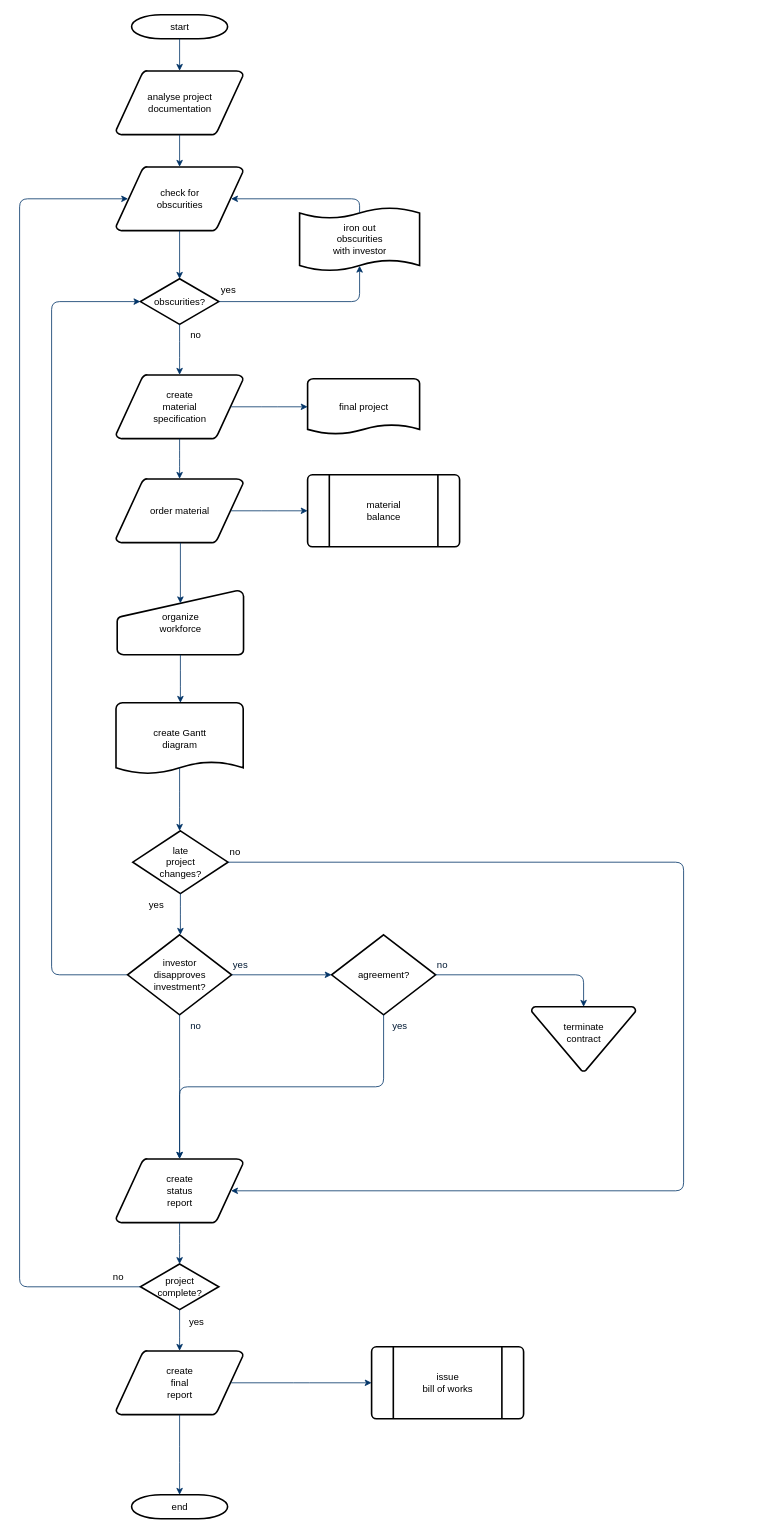
Above: 未命名绘图.drawio in neuhxy90/typora_image (draw.io), before the change. Source tidied: cells renumbered, new cells numbered last; positions are measured from the earlier drawing's top-left corner, leaving out a move shared by most shapes. Both pictures are drawn from the tidied source at 80%, with x=0, y=0 at pixel (19, 14).
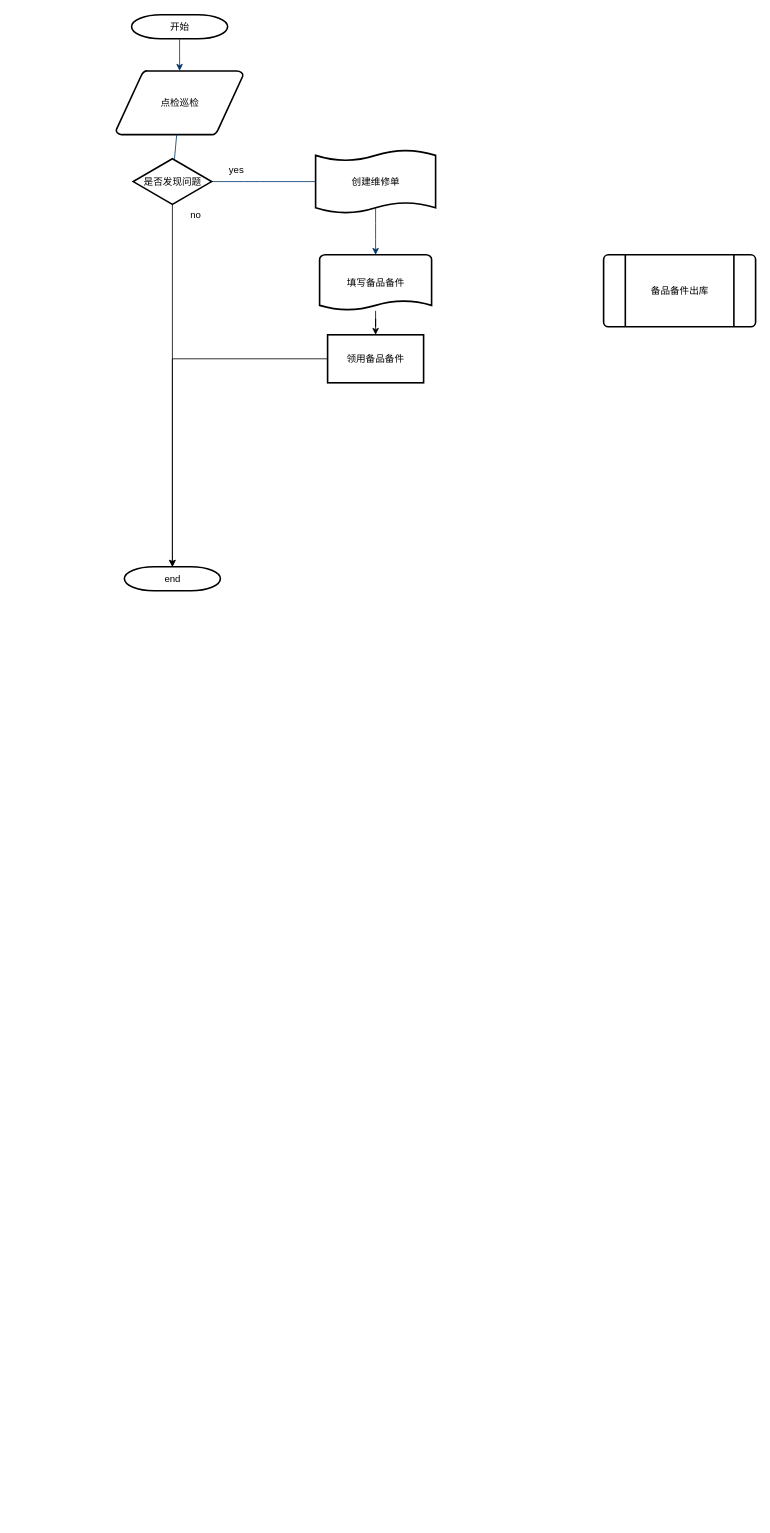
The same diagram, later.

Commit message:
更新未命名绘图.drawio

Diff of the diagram source:
```diff
@@
-    <mxCell id="2" value="start" style="shape=mxgraph.flowchart.terminator;strokeWidth=2;gradientColor=none;gradientDirection=north;fontStyle=0;html=1;" parent="1" vertex="1">
+    <mxCell id="2" value="开始" style="shape=mxgraph.flowchart.terminator;strokeWidth=2;gradientColor=none;gradientDirection=north;fontStyle=0;html=1;" parent="1" vertex="1">
       <mxGeometry x="140" width="120" height="30" as="geometry" />
     </mxCell>
-    <mxCell id="3" value="analyse project&#10; documentation" style="shape=mxgraph.flowchart.data;strokeWidth=2;gradientColor=none;gradientDirection=north;fontStyle=0;html=1;" parent="1" vertex="1">
+    <mxCell id="3" value="点检巡检" style="shape=mxgraph.flowchart.data;strokeWidth=2;gradientColor=none;gradientDirection=north;fontStyle=0;html=1;" parent="1" vertex="1">
       <mxGeometry x="120.5" y="70" width="159" height="80" as="geometry" />
     </mxCell>
-    <mxCell id="4" value="create&#10;material&#10;specification" style="shape=mxgraph.flowchart.data;strokeWidth=2;gradientColor=none;gradientDirection=north;fontStyle=0;html=1;" parent="1" vertex="1">
-      <mxGeometry x="120.5" y="450" width="159" height="80" as="geometry" />
-    </mxCell>
-    <mxCell id="5" value="check for&#10;obscurities" style="shape=mxgraph.flowchart.data;strokeWidth=2;gradientColor=none;gradientDirection=north;fontStyle=0;html=1;" parent="1" vertex="1">
-      <mxGeometry x="120.5" y="190" width="159" height="80" as="geometry" />
-    </mxCell>
-    <mxCell id="6" value="obscurities?" style="shape=mxgraph.flowchart.decision;strokeWidth=2;gradientColor=none;gradientDirection=north;fontStyle=0;html=1;" parent="1" vertex="1">
-      <mxGeometry x="151" y="330" width="98" height="57" as="geometry" />
-    </mxCell>
@@
-    <mxCell id="8" style="fontStyle=1;strokeColor=#003366;strokeWidth=1;html=1;" parent="1" edge="1" source="3" target="5">
-      <mxGeometry relative="1" as="geometry" />
-    </mxCell>
-    <mxCell id="9" style="entryX=0.5;entryY=0;entryPerimeter=0;fontStyle=1;strokeColor=#003366;strokeWidth=1;html=1;" parent="1" edge="1" source="5" target="6">
-      <mxGeometry relative="1" as="geometry" />
-    </mxCell>
-    <mxCell id="10" style="edgeStyle=elbowEdgeStyle;elbow=horizontal;entryX=0.5;entryY=0.91;entryPerimeter=0;exitX=1;exitY=0.5;exitPerimeter=0;fontStyle=1;strokeColor=#003366;strokeWidth=1;html=1;" parent="1" edge="1" source="6" target="51">
+    <mxCell id="10" style="edgeStyle=elbowEdgeStyle;elbow=horizontal;entryX=0.067;entryY=0.5;entryPerimeter=0;exitX=1;exitY=0.5;exitPerimeter=0;fontStyle=1;strokeColor=#003366;strokeWidth=1;html=1;entryDx=0;entryDy=0;" parent="1" edge="1" source="6" target="51">
       <mxGeometry x="381" y="28.5" as="geometry">
         <Array as="points">
-          <mxPoint x="425" y="340" />
+          <mxPoint x="290" y="220" />
         </Array>
       </mxGeometry>
     </mxCell>
     <mxCell id="11" value="yes" style="text;fontStyle=0;html=1;strokeColor=none;gradientColor=none;fillColor=none;strokeWidth=2;" parent="1" vertex="1">
-      <mxGeometry x="250" y="330" width="40" height="26" as="geometry" />
+      <mxGeometry x="260" y="180" width="40" height="26" as="geometry" />
     </mxCell>
-    <mxCell id="12" style="edgeStyle=elbowEdgeStyle;elbow=horizontal;fontColor=#001933;fontStyle=1;strokeColor=#003366;strokeWidth=1;html=1;" parent="1" edge="1" source="6" target="4">
-      <mxGeometry as="geometry" />
-    </mxCell>
-    <mxCell id="13" value="order material" style="shape=mxgraph.flowchart.data;strokeWidth=2;gradientColor=none;gradientDirection=north;fontStyle=0;html=1;" parent="1" vertex="1">
-      <mxGeometry x="120.5" y="580" width="159" height="80" as="geometry" />
-    </mxCell>
+    <mxCell id="56" style="edgeStyle=orthogonalEdgeStyle;rounded=0;jettySize=auto;html=1;entryX=0.5;entryY=0;entryDx=0;entryDy=0;entryPerimeter=0;exitX=0.5;exitY=1;exitDx=0;exitDy=0;exitPerimeter=0;" parent="1" edge="1" source="6" target="40">
+      <mxGeometry relative="1" as="geometry" />
+    </mxCell>
     <mxCell id="14" value="no" style="text;fontStyle=0;html=1;strokeColor=none;gradientColor=none;fillColor=none;strokeWidth=2;align=center;" parent="1" vertex="1">
-      <mxGeometry x="200" y="387" width="40" height="26" as="geometry" />
+      <mxGeometry x="200" y="237" width="40" height="26" as="geometry" />
     </mxCell>
+    <mxCell id="57" style="edgeStyle=orthogonalEdgeStyle;rounded=0;jettySize=auto;html=1;" parent="1" edge="1" source="15" target="60">
+      <mxGeometry relative="1" as="geometry" />
+    </mxCell>
-    <mxCell id="15" value="final project" style="shape=mxgraph.flowchart.document;strokeWidth=2;gradientColor=none;gradientDirection=north;fontStyle=0;html=1;" parent="1" vertex="1">
-      <mxGeometry x="360" y="455" width="140" height="70" as="geometry" />
+    <mxCell id="15" value="填写备品备件" style="shape=mxgraph.flowchart.document;strokeWidth=2;gradientColor=none;gradientDirection=north;fontStyle=0;html=1;" parent="1" vertex="1">
+      <mxGeometry x="375" y="300" width="140" height="70" as="geometry" />
     </mxCell>
-    <mxCell id="16" style="edgeStyle=elbowEdgeStyle;elbow=horizontal;exitX=0.905;exitY=0.5;exitPerimeter=0;fontStyle=1;strokeColor=#003366;strokeWidth=1;html=1;" parent="1" edge="1" source="4" target="15">
+    <mxCell id="16" style="edgeStyle=elbowEdgeStyle;elbow=horizontal;fontStyle=1;strokeColor=#003366;strokeWidth=1;html=1;exitX=0.5;exitY=0.91;exitDx=0;exitDy=0;exitPerimeter=0;" parent="1" edge="1" source="51" target="15">
       <mxGeometry as="geometry" />
     </mxCell>
-    <mxCell id="17" style="edgeStyle=elbowEdgeStyle;elbow=horizontal;fontStyle=1;strokeColor=#003366;strokeWidth=1;html=1;" parent="1" edge="1" source="4" target="13">
-      <mxGeometry as="geometry" />
-    </mxCell>
-    <mxCell id="18" value="material&#10;balance" style="shape=mxgraph.flowchart.predefined_process;strokeWidth=2;gradientColor=none;gradientDirection=north;fontStyle=0;html=1;" parent="1" vertex="1">
-      <mxGeometry x="360" y="575" width="190" height="90" as="geometry" />
+    <mxCell id="18" value="备品备件出库" style="shape=mxgraph.flowchart.predefined_process;strokeWidth=2;gradientColor=none;gradientDirection=north;fontStyle=0;html=1;" parent="1" vertex="1">
+      <mxGeometry x="730" y="300" width="190" height="90" as="geometry" />
     </mxCell>
-    <mxCell id="19" style="edgeStyle=elbowEdgeStyle;elbow=horizontal;exitX=0.905;exitY=0.5;exitPerimeter=0;fontStyle=1;strokeColor=#003366;strokeWidth=1;html=1;" parent="1" edge="1" source="13" target="18">
-      <mxGeometry as="geometry" />
-    </mxCell>
-    <mxCell id="20" value="organize &#10;workforce" style="shape=mxgraph.flowchart.manual_input;strokeWidth=2;gradientColor=none;gradientDirection=north;fontStyle=0;html=1;" parent="1" vertex="1">
-      <mxGeometry x="122" y="720" width="158" height="80" as="geometry" />
-    </mxCell>
-    <mxCell id="21" style="edgeStyle=elbowEdgeStyle;elbow=horizontal;entryX=0.5;entryY=0.195;entryPerimeter=0;fontStyle=1;strokeColor=#003366;strokeWidth=1;html=1;" parent="1" edge="1" source="13" target="20">
-      <mxGeometry as="geometry" />
-    </mxCell>
-    <mxCell id="22" value="create Gantt&#10;diagram" style="shape=mxgraph.flowchart.document;strokeWidth=2;gradientColor=none;gradientDirection=north;fontStyle=0;html=1;" parent="1" vertex="1">
-      <mxGeometry x="120.5" y="860" width="159" height="90" as="geometry" />
-    </mxCell>
-    <mxCell id="23" style="edgeStyle=elbowEdgeStyle;elbow=horizontal;exitX=0.5;exitY=1;exitPerimeter=0;fontStyle=1;strokeColor=#003366;strokeWidth=1;html=1;" parent="1" edge="1" source="20" target="22">
-      <mxGeometry as="geometry" />
-    </mxCell>
-    <mxCell id="24" value="late&#10;project&#10;changes?" style="shape=mxgraph.flowchart.decision;strokeWidth=2;gradientColor=none;gradientDirection=north;fontStyle=0;html=1;" parent="1" vertex="1">
-      <mxGeometry x="141.5" y="1020" width="119" height="78.5" as="geometry" />
-    </mxCell>
-    <mxCell id="25" style="edgeStyle=elbowEdgeStyle;elbow=horizontal;exitX=0.5;exitY=0.9;exitPerimeter=0;fontStyle=1;strokeColor=#003366;strokeWidth=1;html=1;" parent="1" edge="1" source="22" target="24">
-      <mxGeometry as="geometry" />
-    </mxCell>
-    <mxCell id="26" style="edgeStyle=elbowEdgeStyle;elbow=horizontal;exitX=0;exitY=0.5;exitPerimeter=0;entryX=0;entryY=0.5;entryPerimeter=0;fontStyle=1;strokeColor=#003366;strokeWidth=1;html=1;" parent="1" edge="1" source="28" target="6">
-      <mxGeometry as="geometry">
-        <Array as="points">
-          <mxPoint x="40" y="790" />
-        </Array>
-      </mxGeometry>
-    </mxCell>
-    <mxCell id="27" value="yes" style="text;fontStyle=0;html=1;strokeColor=none;gradientColor=none;fillColor=none;strokeWidth=2;" parent="1" vertex="1">
-      <mxGeometry x="160" y="1098.5" width="40" height="26" as="geometry" />
-    </mxCell>
-    <mxCell id="28" value="investor&#10;disapproves&#10; investment?" style="shape=mxgraph.flowchart.decision;strokeWidth=2;gradientColor=none;gradientDirection=north;fontStyle=0;html=1;" parent="1" vertex="1">
-      <mxGeometry x="135" y="1150" width="130" height="100" as="geometry" />
-    </mxCell>
-    <mxCell id="29" value="agreement?" style="shape=mxgraph.flowchart.decision;strokeWidth=2;gradientColor=none;gradientDirection=north;fontStyle=0;html=1;" parent="1" vertex="1">
-      <mxGeometry x="390" y="1150" width="130" height="100" as="geometry" />
-    </mxCell>
-    <mxCell id="30" style="edgeStyle=elbowEdgeStyle;elbow=horizontal;exitX=0.5;exitY=1;exitPerimeter=0;fontStyle=1;strokeColor=#003366;strokeWidth=1;html=1;" parent="1" edge="1" source="24" target="28">
-      <mxGeometry as="geometry" />
-    </mxCell>
-    <mxCell id="31" style="edgeStyle=elbowEdgeStyle;elbow=horizontal;exitX=1;exitY=0.5;exitPerimeter=0;entryX=0;entryY=0.5;entryPerimeter=0;fontStyle=1;strokeColor=#003366;strokeWidth=1;html=1;" parent="1" edge="1" source="28" target="29">
-      <mxGeometry as="geometry" />
-    </mxCell>
-    <mxCell id="32" value="terminate&#10;contract&#10;" style="shape=mxgraph.flowchart.merge_or_storage;strokeWidth=2;gradientColor=none;gradientDirection=north;fontStyle=0;html=1;" parent="1" vertex="1">
-      <mxGeometry x="640" y="1240" width="130" height="80.5" as="geometry" />
-    </mxCell>
-    <mxCell id="33" style="edgeStyle=elbowEdgeStyle;elbow=vertical;exitX=1;exitY=0.5;exitPerimeter=0;entryX=0.5;entryY=0;entryPerimeter=0;fontStyle=1;strokeColor=#003366;strokeWidth=1;html=1;" parent="1" edge="1" source="29" target="32">
-      <mxGeometry as="geometry">
-        <Array as="points">
-          <mxPoint x="620" y="1200" />
-        </Array>
-      </mxGeometry>
-    </mxCell>
-    <mxCell id="34" value="create&#10;status&#10;report" style="shape=mxgraph.flowchart.data;strokeWidth=2;gradientColor=none;gradientDirection=north;fontStyle=0;html=1;" parent="1" vertex="1">
-      <mxGeometry x="120.5" y="1430" width="159" height="80" as="geometry" />
-    </mxCell>
-    <mxCell id="35" style="edgeStyle=elbowEdgeStyle;elbow=vertical;exitX=0.5;exitY=1;exitPerimeter=0;fontColor=#001933;fontStyle=1;strokeColor=#003366;strokeWidth=1;html=1;" parent="1" edge="1" source="28" target="34">
-      <mxGeometry as="geometry" />
-    </mxCell>
-    <mxCell id="36" style="edgeStyle=elbowEdgeStyle;elbow=vertical;exitX=0.5;exitY=1;exitPerimeter=0;entryX=0.5;entryY=0;entryPerimeter=0;fontStyle=1;strokeColor=#003366;strokeWidth=1;html=1;" parent="1" edge="1" source="29" target="34">
-      <mxGeometry as="geometry" />
-    </mxCell>
-    <mxCell id="37" value="project&#10;complete?" style="shape=mxgraph.flowchart.decision;strokeWidth=2;gradientColor=none;gradientDirection=north;fontStyle=0;html=1;" parent="1" vertex="1">
-      <mxGeometry x="151" y="1561.5" width="98" height="57" as="geometry" />
-    </mxCell>
-    <mxCell id="38" value="create&#10;final&#10;report" style="shape=mxgraph.flowchart.data;strokeWidth=2;gradientColor=none;gradientDirection=north;fontStyle=0;html=1;" parent="1" vertex="1">
-      <mxGeometry x="120.5" y="1670" width="159" height="80" as="geometry" />
-    </mxCell>
-    <mxCell id="39" value="issue&#10;bill of works" style="shape=mxgraph.flowchart.predefined_process;strokeWidth=2;gradientColor=none;gradientDirection=north;fontStyle=0;html=1;" parent="1" vertex="1">
-      <mxGeometry x="440" y="1665" width="190" height="90" as="geometry" />
-    </mxCell>
     <mxCell id="40" value="end" style="shape=mxgraph.flowchart.terminator;strokeWidth=2;gradientColor=none;gradientDirection=north;fontStyle=0;html=1;" parent="1" vertex="1">
-      <mxGeometry x="140" y="1850" width="120" height="30" as="geometry" />
+      <mxGeometry x="131" y="690" width="120" height="30" as="geometry" />
     </mxCell>
-    <mxCell id="41" style="edgeStyle=elbowEdgeStyle;elbow=vertical;exitX=0.5;exitY=1;exitPerimeter=0;entryX=0.5;entryY=0;entryPerimeter=0;fontStyle=1;strokeColor=#003366;strokeWidth=1;html=1;" parent="1" edge="1" source="34" target="37">
-      <mxGeometry as="geometry" />
-    </mxCell>
-    <mxCell id="42" style="edgeStyle=elbowEdgeStyle;elbow=vertical;exitX=0.5;exitY=1;exitPerimeter=0;entryX=0.5;entryY=0;entryPerimeter=0;fontStyle=1;strokeColor=#003366;strokeWidth=1;html=1;" parent="1" edge="1" source="37" target="38">
-      <mxGeometry as="geometry" />
-    </mxCell>
-    <mxCell id="43" style="edgeStyle=elbowEdgeStyle;elbow=vertical;exitX=0.5;exitY=1;exitPerimeter=0;entryX=0.5;entryY=0;entryPerimeter=0;fontStyle=1;strokeColor=#003366;strokeWidth=1;html=1;" parent="1" edge="1" source="38" target="40">
-      <mxGeometry as="geometry" />
-    </mxCell>
-    <mxCell id="44" style="edgeStyle=elbowEdgeStyle;elbow=vertical;exitX=0.905;exitY=0.5;exitPerimeter=0;entryX=0;entryY=0.5;entryPerimeter=0;fontStyle=1;strokeColor=#003366;strokeWidth=1;html=1;" parent="1" edge="1" source="38" target="39">
-      <mxGeometry as="geometry" />
-    </mxCell>
-    <mxCell id="45" style="edgeStyle=elbowEdgeStyle;elbow=horizontal;exitX=1;exitY=0.5;exitPerimeter=0;entryX=0.905;entryY=0.5;entryPerimeter=0;fontStyle=1;strokeColor=#003366;strokeWidth=1;html=1;" parent="1" edge="1" source="24" target="34">
-      <mxGeometry as="geometry">
-        <Array as="points">
-          <mxPoint x="830" y="1260" />
-        </Array>
-      </mxGeometry>
-    </mxCell>
-    <mxCell id="46" value="no" style="text;fontStyle=0;html=1;strokeColor=none;gradientColor=none;fillColor=none;strokeWidth=2;" parent="1" vertex="1">
-      <mxGeometry x="260.5" y="1033.2" width="40" height="26" as="geometry" />
-    </mxCell>
-    <mxCell id="47" value="yes" style="text;fontColor=#001933;fontStyle=0;html=1;strokeColor=none;gradientColor=none;fillColor=none;strokeWidth=2;" parent="1" vertex="1">
-      <mxGeometry x="265" y="1174" width="40" height="26" as="geometry" />
-    </mxCell>
-    <mxCell id="48" value="no" style="text;fontColor=#001933;fontStyle=0;html=1;strokeColor=none;gradientColor=none;fillColor=none;strokeWidth=2;align=center;" parent="1" vertex="1">
-      <mxGeometry x="200" y="1250" width="40" height="26" as="geometry" />
-    </mxCell>
-    <mxCell id="49" value="yes" style="text;fontColor=#001933;fontStyle=0;html=1;strokeColor=none;gradientColor=none;fillColor=none;strokeWidth=2;align=center;" parent="1" vertex="1">
-      <mxGeometry x="455" y="1250" width="40" height="26" as="geometry" />
-    </mxCell>
-    <mxCell id="50" value="no" style="text;fontColor=#001933;fontStyle=0;html=1;strokeColor=none;gradientColor=none;fillColor=none;strokeWidth=2;" parent="1" vertex="1">
-      <mxGeometry x="520" y="1174" width="40" height="26" as="geometry" />
-    </mxCell>
-    <mxCell id="51" value="iron out&#10;obscurities &#10;with investor" style="shape=mxgraph.flowchart.paper_tape;strokeWidth=2;gradientColor=none;gradientDirection=north;fontStyle=0;html=1;" parent="1" vertex="1">
-      <mxGeometry x="350" y="240" width="150" height="81" as="geometry" />
+    <mxCell id="51" value="创建维修单" style="shape=mxgraph.flowchart.paper_tape;strokeWidth=2;gradientColor=none;gradientDirection=north;fontStyle=0;html=1;" parent="1" vertex="1">
+      <mxGeometry x="370" y="168" width="150" height="81" as="geometry" />
     </mxCell>
-    <mxCell id="52" style="edgeStyle=elbowEdgeStyle;elbow=horizontal;exitX=0.5;exitY=0.09;exitPerimeter=0;entryX=0.905;entryY=0.5;entryPerimeter=0;fontStyle=1;strokeColor=#003366;strokeWidth=1;html=1;" parent="1" edge="1" source="51" target="5">
-      <mxGeometry as="geometry">
-        <Array as="points">
-          <mxPoint x="425" y="240" />
-        </Array>
-      </mxGeometry>
-    </mxCell>
-    <mxCell id="53" value="yes" style="text;fontStyle=0;html=1;strokeColor=none;gradientColor=none;fillColor=none;strokeWidth=2;align=center;" parent="1" vertex="1">
-      <mxGeometry x="201" y="1620" width="40" height="26" as="geometry" />
-    </mxCell>
-    <mxCell id="54" style="edgeStyle=elbowEdgeStyle;elbow=horizontal;exitX=0;exitY=0.5;exitPerimeter=0;entryX=0.095;entryY=0.5;entryPerimeter=0;fontStyle=1;strokeColor=#003366;strokeWidth=1;html=1;" parent="1" edge="1" source="37" target="5">
-      <mxGeometry as="geometry">
-        <Array as="points">
-          <mxPoint y="910" />
-        </Array>
-      </mxGeometry>
-    </mxCell>
-    <mxCell id="55" value="no" style="text;fontStyle=0;html=1;strokeColor=none;gradientColor=none;fillColor=none;strokeWidth=2;" parent="1" vertex="1">
-      <mxGeometry x="115" y="1564" width="40" height="26" as="geometry" />
-    </mxCell>
+    <mxCell id="6" value="是否发现问题" style="shape=mxgraph.flowchart.decision;strokeWidth=2;gradientColor=none;gradientDirection=north;fontStyle=0;html=1;" parent="1" vertex="1">
+      <mxGeometry x="142" y="180" width="98" height="57" as="geometry" />
+    </mxCell>
+    <mxCell id="58" style="fontStyle=1;strokeColor=#003366;strokeWidth=1;html=1;endArrow=none;" parent="1" edge="1" source="3" target="6">
+      <mxGeometry relative="1" as="geometry" />
+    </mxCell>
+    <mxCell id="59" style="edgeStyle=orthogonalEdgeStyle;rounded=0;jettySize=auto;html=1;" parent="1" edge="1" source="60" target="40">
+      <mxGeometry relative="1" as="geometry" />
+    </mxCell>
+    <mxCell id="60" value="领用备品备件" style="whiteSpace=wrap;html=1;strokeWidth=2;gradientColor=none;gradientDirection=north;fontStyle=0;" parent="1" vertex="1">
+      <mxGeometry x="385" y="400" width="120" height="60" as="geometry" />
+    </mxCell>
```
